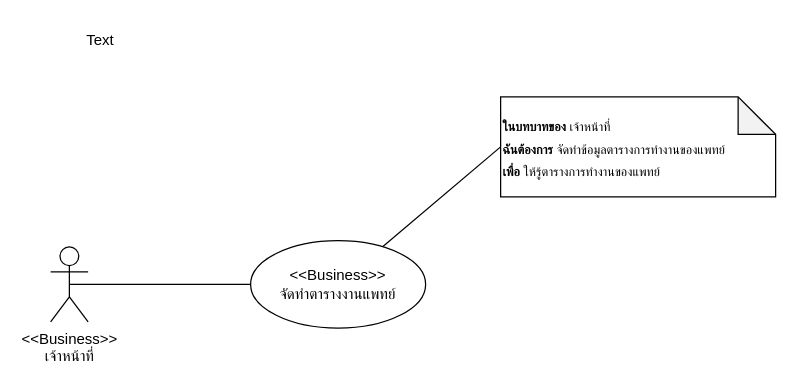
Before: page "business" (1 of 9) of ระบบนัดหมาย.drawio in nunpromporn/DoctorSchedule, a draw.io diagram. Source tidied: cells renumbered, new cells numbered last; positions are measured from the earlier drawing's top-left corner, leaving out a move shared by most shapes. Both pictures are drawn from the tidied source at 125%, with x=0, y=0 at pixel (50, 21).
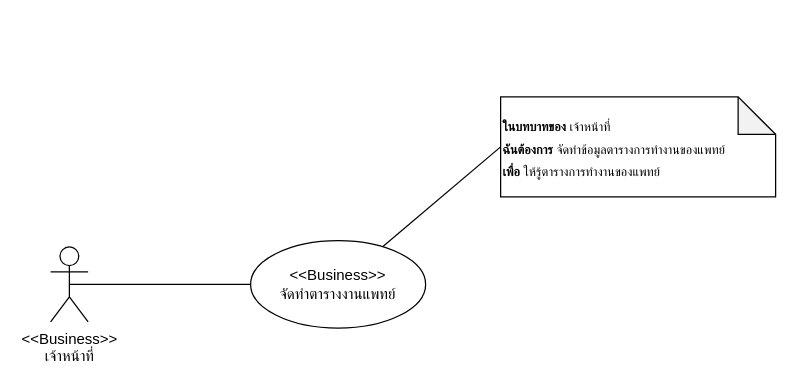
After the change.

Change to the diagram source:
```diff
@@
 <mxGraphModel>
   <root>
     <mxCell id="0" />
     <mxCell id="1" parent="0" />
     <mxCell id="2" value="&amp;lt;&amp;lt;Business&amp;gt;&amp;gt;&lt;br&gt;เจ้าหน้าที่" style="shape=umlActor;verticalLabelPosition=bottom;verticalAlign=top;html=1;outlineConnect=0;" parent="1" vertex="1">
       <mxGeometry y="180" width="30" height="60" as="geometry" />
     </mxCell>
     <mxCell id="3" value="&lt;font size=&quot;1&quot;&gt;&lt;b&gt;ในบทบาทของ &lt;/b&gt;เจ้าหน้าที่&lt;br&gt;&lt;b&gt;ฉันต้องการ &lt;/b&gt;จัดทำข้อมูลตารางการทำงานของแพทย์&lt;br&gt;&lt;b&gt;เพื่อ &lt;/b&gt;ให้รู้ตารางการทำงานของแพทย์&lt;br&gt;&lt;/font&gt;" style="shape=note;whiteSpace=wrap;html=1;backgroundOutline=1;darkOpacity=0.05;fontFamily=Helvetica;fontSize=15;align=left;" parent="1" vertex="1">
       <mxGeometry x="360" y="60" width="220" height="80" as="geometry" />
     </mxCell>
     <mxCell id="4" value="&amp;lt;&amp;lt;Business&amp;gt;&amp;gt;&lt;br&gt;จัดทำตารางงานแพทย์" style="ellipse;whiteSpace=wrap;html=1;" parent="1" vertex="1">
       <mxGeometry x="160" y="175" width="140" height="70" as="geometry" />
     </mxCell>
     <mxCell id="5" style="endArrow=none;endFill=1;endSize=12;html=1;rounded=0;exitX=0.5;exitY=0.5;exitDx=0;exitDy=0;exitPerimeter=0;entryX=0;entryY=0.5;entryDx=0;entryDy=0;" parent="1" edge="1" source="2" target="4">
       <mxGeometry relative="1" as="geometry" />
     </mxCell>
     <mxCell id="6" style="endArrow=none;endFill=1;endSize=12;html=1;rounded=0;entryX=0;entryY=0.5;entryDx=0;entryDy=0;entryPerimeter=0;" parent="1" edge="1" source="4" target="3">
       <mxGeometry relative="1" as="geometry" />
     </mxCell>
-    <mxCell id="7" value="Text" style="text;html=1;strokeColor=none;fillColor=none;align=center;verticalAlign=middle;whiteSpace=wrap;rounded=0;" parent="1" vertex="1">
-      <mxGeometry x="10" width="60" height="30" as="geometry" />
-    </mxCell>
   </root>
 </mxGraphModel>
```
